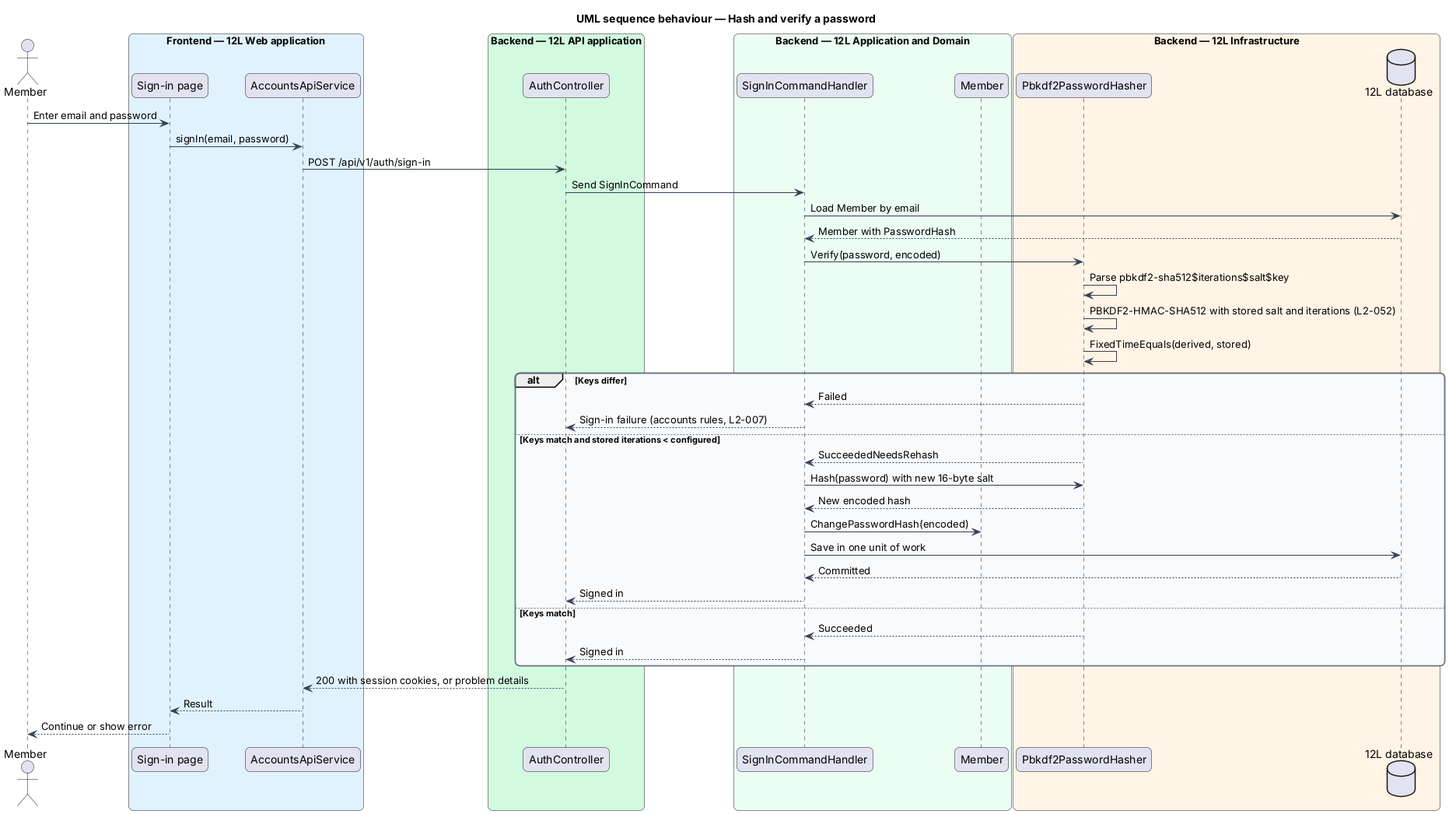
QuinntyneBrown/12l keeps this PlantUML diagram as docs/detailed-designs/platform/protect-credentials-and-supply-chain/diagrams/sequence-hash-and-verify-password.png. Above is the earlier version.
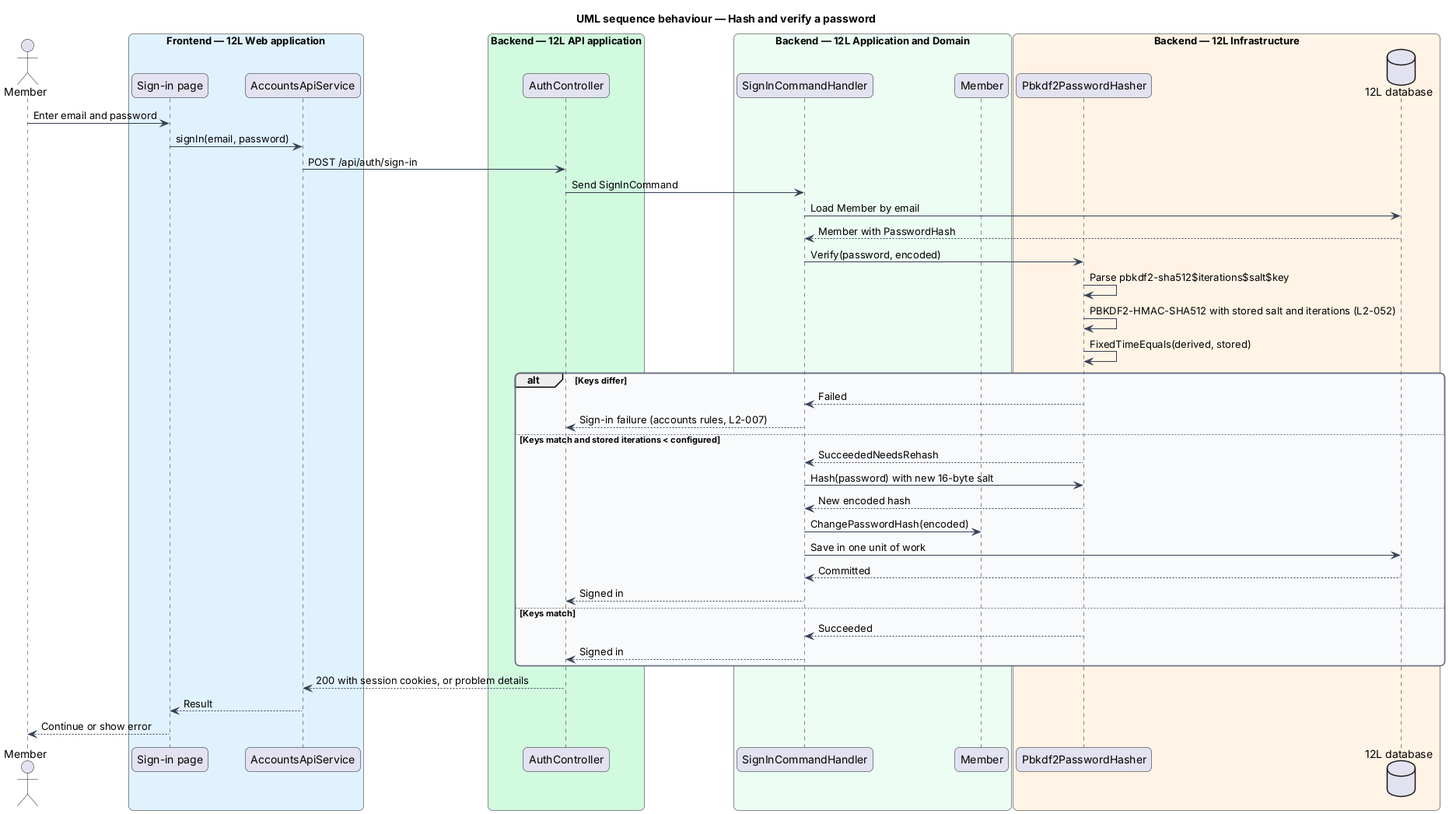
After the change.

Diff of the diagram source:
```diff
@@ -32,7 +32,7 @@
 end box
 actor -> page : Enter email and password
 page -> client : signIn(email, password)
-client -> ctrl : POST /api/v1/auth/sign-in
+client -> ctrl : POST /api/auth/sign-in
 ctrl -> handler : Send SignInCommand
 handler -> db : Load Member by email
 db --> handler : Member with PasswordHash
```
